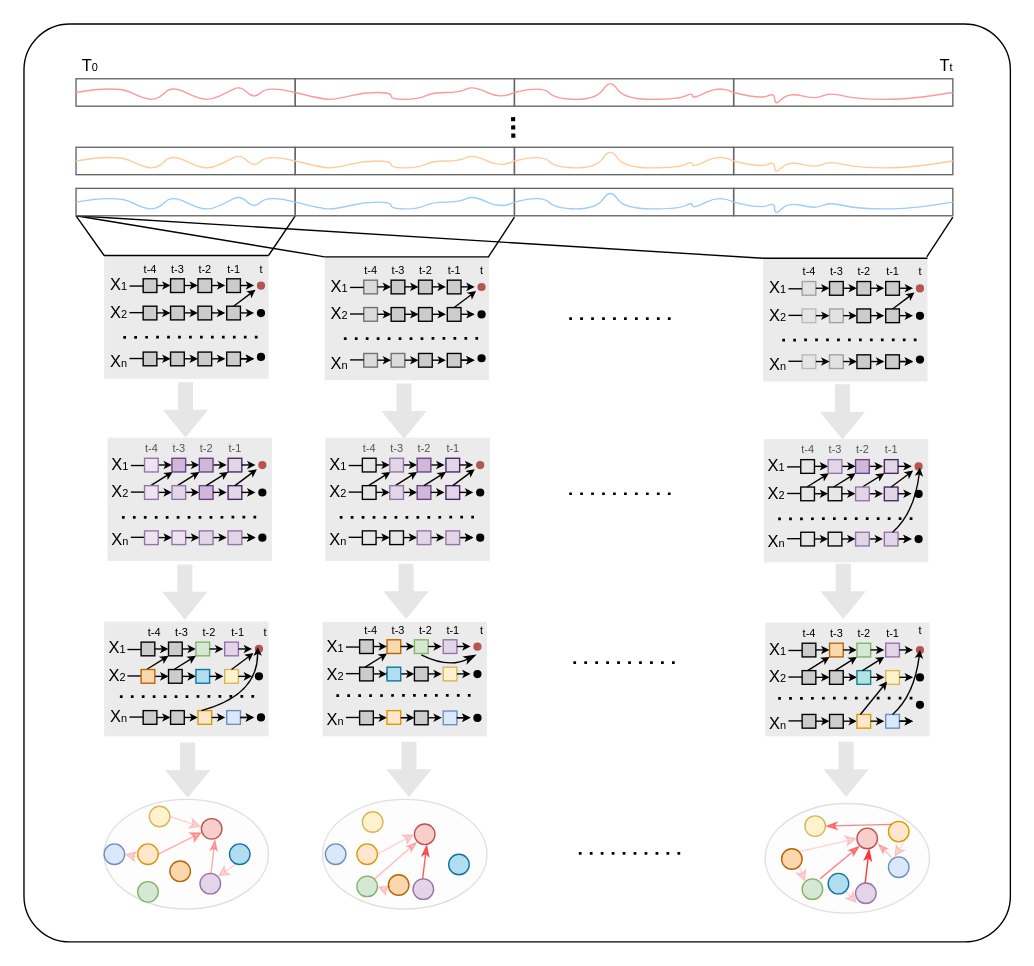
Before: Causal.drawio in hzb29/hzb29, a draw.io diagram. Source tidied: cells renumbered, new cells numbered last; positions are measured from the earlier drawing's top-left corner, leaving out a move shared by most shapes. Both pictures are drawn from the tidied source at 137%, with x=0, y=0 at pixel (23, 23).
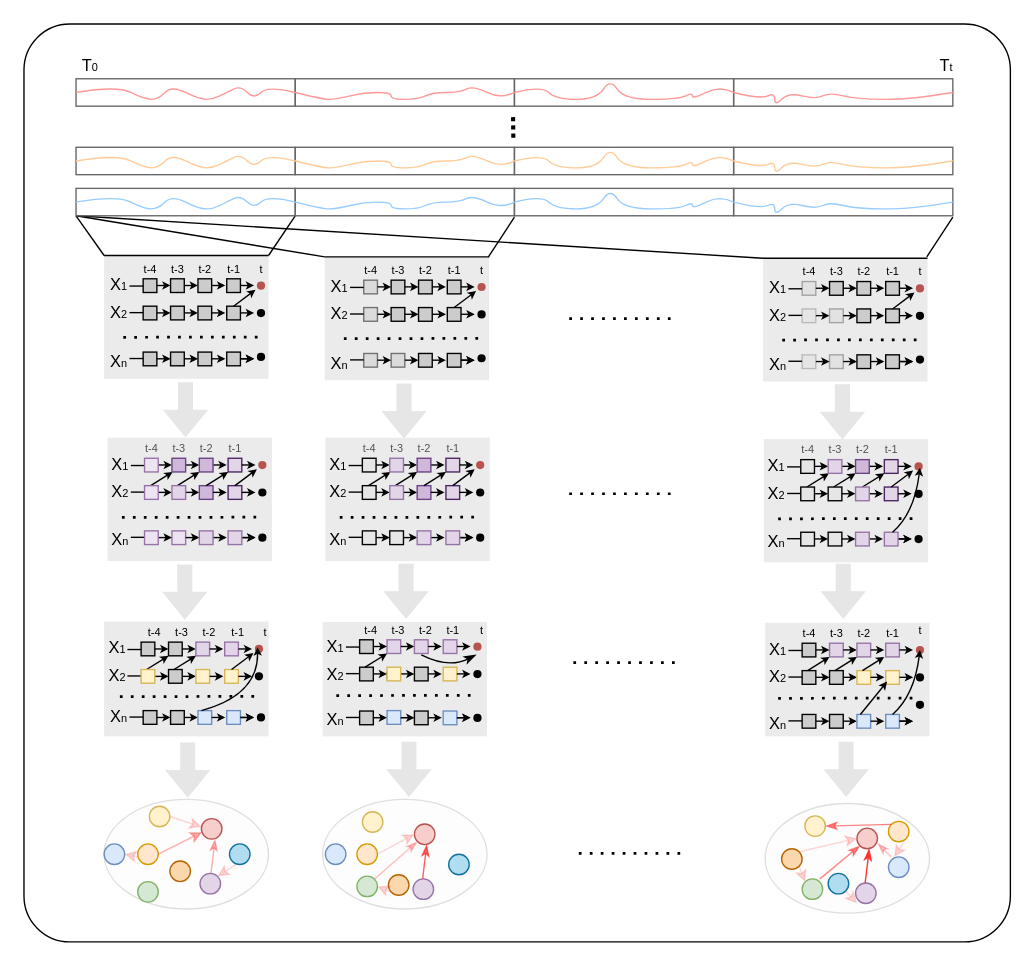
The same page after the edit.

The edit, as a diff of the source:
```diff
@@
-    <mxCell id="26" style="rounded=0;whiteSpace=wrap;html=1;fillColor=#d5e8d4;strokeColor=#82b366;" parent="1" vertex="1">
+    <mxCell id="26" style="rounded=0;whiteSpace=wrap;html=1;fillColor=#e1d5e7;strokeColor=#9673a6;" parent="1" vertex="1">
       <mxGeometry x="125.5" y="451.2" width="10" height="10" as="geometry" />
     </mxCell>
-    <mxCell id="27" style="rounded=0;whiteSpace=wrap;html=1;fillColor=#b1ddf0;strokeColor=#10739e;" parent="1" vertex="1">
+    <mxCell id="27" style="rounded=0;whiteSpace=wrap;html=1;fillColor=#fff2cc;strokeColor=#d6b656;" parent="1" vertex="1">
       <mxGeometry x="125.5" y="471.2" width="10" height="10" as="geometry" />
     </mxCell>
-    <mxCell id="28" style="rounded=0;whiteSpace=wrap;html=1;fillColor=#ffe6cc;strokeColor=#d79b00;" parent="1" vertex="1">
+    <mxCell id="28" style="rounded=0;whiteSpace=wrap;html=1;fillColor=#dae8fc;strokeColor=#6c8ebf;" parent="1" vertex="1">
       <mxGeometry x="127" y="501.2" width="10" height="10" as="geometry" />
     </mxCell>
@@
-    <mxCell id="49" style="rounded=0;whiteSpace=wrap;html=1;fillColor=#fad7ac;strokeColor=#b46504;" parent="1" vertex="1">
+    <mxCell id="49" style="rounded=0;whiteSpace=wrap;html=1;fillColor=#e1d5e7;strokeColor=#9673a6;" parent="1" vertex="1">
       <mxGeometry x="265" y="449.5" width="10" height="10" as="geometry" />
     </mxCell>
@@
-    <mxCell id="67" style="rounded=0;whiteSpace=wrap;html=1;fillColor=#d5e8d4;strokeColor=#82b366;" parent="1" vertex="1">
+    <mxCell id="67" style="rounded=0;whiteSpace=wrap;html=1;fillColor=#e1d5e7;strokeColor=#9673a6;" parent="1" vertex="1">
       <mxGeometry x="285" y="449.5" width="10" height="10" as="geometry" />
     </mxCell>
-    <mxCell id="68" style="rounded=0;whiteSpace=wrap;html=1;fillColor=#ffe6cc;strokeColor=#d79b00;" parent="1" vertex="1">
+    <mxCell id="68" style="rounded=0;whiteSpace=wrap;html=1;fillColor=#dae8fc;strokeColor=#6c8ebf;" parent="1" vertex="1">
       <mxGeometry x="265" y="501.2" width="10" height="10" as="geometry" />
     </mxCell>
@@
-    <mxCell id="87" style="rounded=0;whiteSpace=wrap;html=1;fillColor=#fad7ac;strokeColor=#b46504;" parent="1" vertex="1">
+    <mxCell id="87" style="rounded=0;whiteSpace=wrap;html=1;fillColor=#e1d5e7;strokeColor=#9673a6;" parent="1" vertex="1">
       <mxGeometry x="588" y="452" width="10" height="10" as="geometry" />
     </mxCell>
@@
-    <mxCell id="106" style="rounded=0;whiteSpace=wrap;html=1;fillColor=#d5e8d4;strokeColor=#82b366;" parent="1" vertex="1">
+    <mxCell id="106" style="rounded=0;whiteSpace=wrap;html=1;fillColor=#e1d5e7;strokeColor=#9673a6;" parent="1" vertex="1">
       <mxGeometry x="608" y="452" width="10" height="10" as="geometry" />
     </mxCell>
-    <mxCell id="107" style="rounded=0;whiteSpace=wrap;html=1;fillColor=#b0e3e6;strokeColor=#0e8088;" parent="1" vertex="1">
+    <mxCell id="107" style="rounded=0;whiteSpace=wrap;html=1;fillColor=#fff2cc;strokeColor=#d6b656;" parent="1" vertex="1">
       <mxGeometry x="608" y="472" width="10" height="10" as="geometry" />
     </mxCell>
-    <mxCell id="108" style="rounded=0;whiteSpace=wrap;html=1;fillColor=#ffe6cc;strokeColor=#d79b00;" parent="1" vertex="1">
+    <mxCell id="108" style="rounded=0;whiteSpace=wrap;html=1;fillColor=#dae8fc;strokeColor=#6c8ebf;" parent="1" vertex="1">
       <mxGeometry x="608" y="504" width="10" height="10" as="geometry" />
     </mxCell>
@@
-    <mxCell id="500" style="rounded=0;whiteSpace=wrap;html=1;fillColor=#fad7ac;strokeColor=#b46504;" parent="1" vertex="1">
+    <mxCell id="500" style="rounded=0;whiteSpace=wrap;html=1;fillColor=#fff2cc;strokeColor=#d6b656;" parent="1" vertex="1">
       <mxGeometry x="85.5" y="471.2" width="10" height="10" as="geometry" />
     </mxCell>
@@
-    <mxCell id="502" style="rounded=0;whiteSpace=wrap;html=1;fillColor=#b1ddf0;strokeColor=#10739e;" parent="1" vertex="1">
+    <mxCell id="502" style="rounded=0;whiteSpace=wrap;html=1;fillColor=#fff2cc;strokeColor=#d6b656;" parent="1" vertex="1">
       <mxGeometry x="265" y="469.5" width="10" height="10" as="geometry" />
     </mxCell>
```
